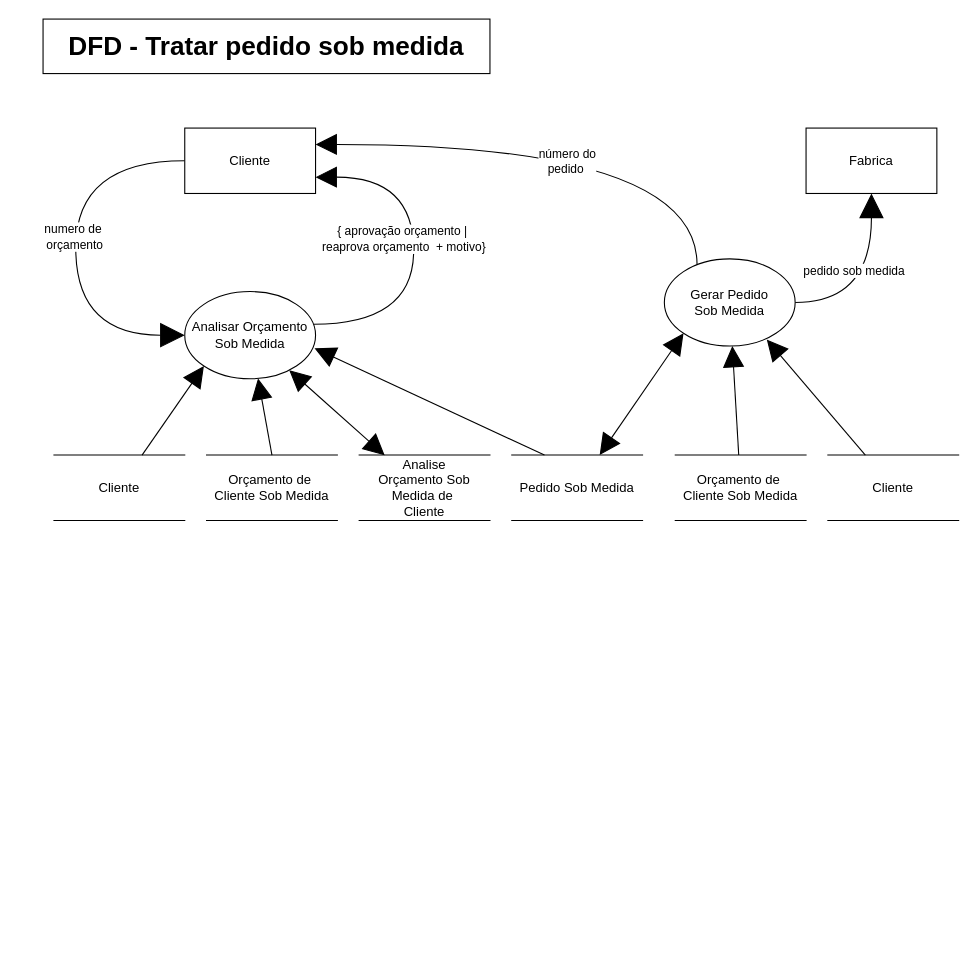
Above: Documentation/Arquivos Editaveis/DFD Tratar pedido sob medida.drawio in Systematicos/FindingApp (draw.io), before the change. Source tidied: cells renumbered, new cells numbered last; positions are measured from the earlier drawing's top-left corner, leaving out a move shared by most shapes. Both pictures are drawn from the tidied source at 109%, with x=0, y=0 at pixel (43, 19).
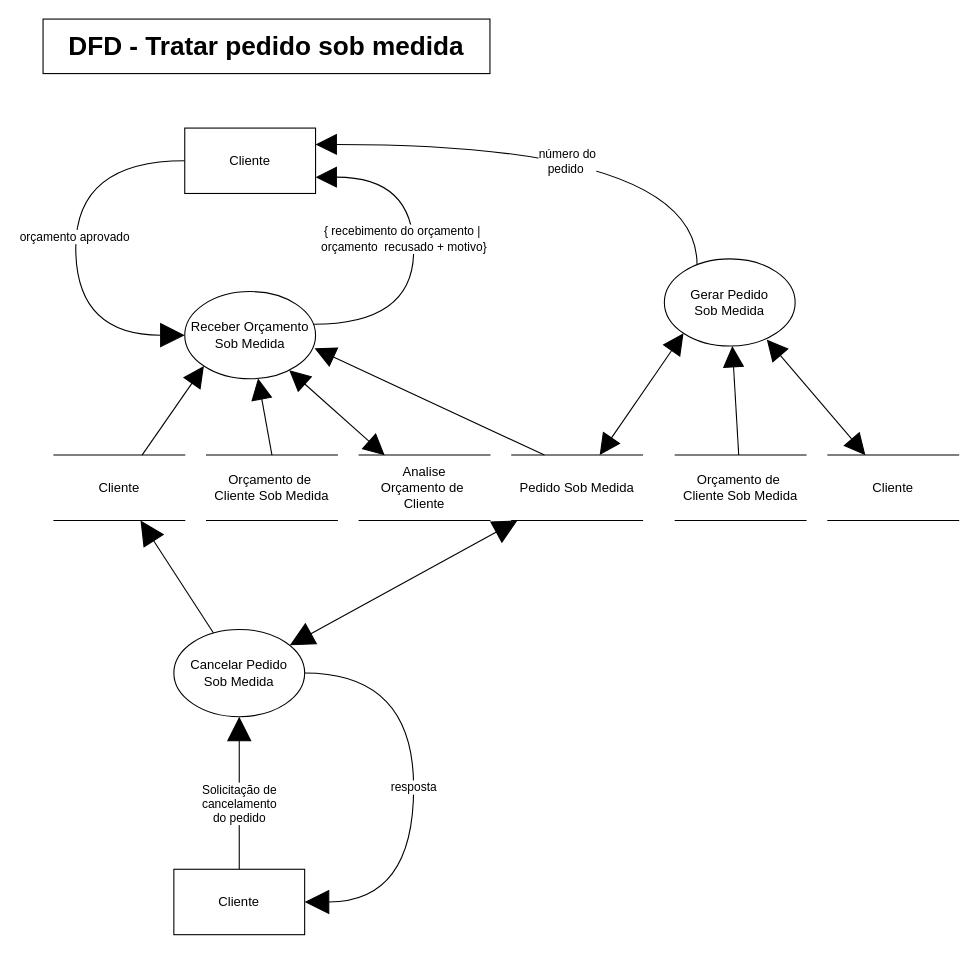
After the change.

Unchanged cells that the change refers to:
```xml
<mxCell id="3" style="edgeStyle=orthogonalEdgeStyle;rounded=0;jettySize=auto;html=1;endSize=20;endArrow=block;endFill=1;startSize=20;entryX=0;entryY=0.5;entryDx=0;entryDy=0;curved=1;exitX=0;exitY=0.5;exitDx=0;exitDy=0;" parent="1" edge="1" source="5" target="13">
  <mxGeometry relative="1" as="geometry">
    <Array as="points">
      <mxPoint x="30" y="130" />
      <mxPoint x="30" y="290" />
    </Array>
  </mxGeometry>
</mxCell>
<mxCell id="7" value="Cliente" style="shape=partialRectangle;whiteSpace=wrap;html=1;left=0;right=0;fillColor=none;" parent="1" vertex="1">
  <mxGeometry x="10" y="400" width="120" height="60" as="geometry" />
</mxCell>
<mxCell id="10" style="edgeStyle=orthogonalEdgeStyle;rounded=0;jettySize=auto;html=1;entryX=1;entryY=0.75;entryDx=0;entryDy=0;startArrow=none;startFill=0;startSize=17;endArrow=block;endFill=1;endSize=17;curved=1;" parent="1" edge="1" source="13" target="5">
  <mxGeometry relative="1" as="geometry">
    <Array as="points">
      <mxPoint x="340" y="280" />
      <mxPoint x="340" y="145" />
    </Array>
  </mxGeometry>
</mxCell>
<mxCell id="19" value="Gerar Pedido&lt;br&gt;Sob Medida" style="ellipse;whiteSpace=wrap;html=1;" parent="1" vertex="1">
  <mxGeometry x="570" y="220" width="120" height="80" as="geometry" />
</mxCell>
<mxCell id="23" value="Cliente" style="shape=partialRectangle;whiteSpace=wrap;html=1;left=0;right=0;fillColor=none;" parent="1" vertex="1">
  <mxGeometry x="720" y="400" width="120" height="60" as="geometry" />
</mxCell>
<mxCell id="26" value="Pedido Sob Medida" style="shape=partialRectangle;whiteSpace=wrap;html=1;left=0;right=0;fillColor=none;" parent="1" vertex="1">
  <mxGeometry x="430" y="400" width="120" height="60" as="geometry" />
</mxCell>
```

Diff of the diagram source:
```diff
@@
-    <mxCell id="4" value="numero de&amp;nbsp;&lt;br&gt;orçamento" style="edgeLabel;html=1;align=center;verticalAlign=middle;" parent="3" vertex="1">
+    <mxCell id="4" value="orçamento aprovado" style="edgeLabel;html=1;align=center;verticalAlign=middle;" parent="3" vertex="1">
       <mxGeometry x="-0.27" y="-2" relative="1" as="geometry">
         <mxPoint y="38" as="offset" />
       </mxGeometry>
     </mxCell>
@@
-    <mxCell id="11" value="{ aprovação orçamento |&amp;nbsp;&lt;br&gt;&amp;nbsp;reaprova orçamento&amp;nbsp; + motivo}&amp;nbsp;" style="edgeLabel;html=1;align=center;verticalAlign=middle;" parent="10" vertex="1">
+    <mxCell id="11" value="{ recebimento do orçamento |&amp;nbsp;&lt;br&gt;&amp;nbsp;orçamento&amp;nbsp; recusado + motivo}&amp;nbsp;" style="edgeLabel;html=1;align=center;verticalAlign=middle;" parent="10" vertex="1">
       <mxGeometry x="-0.4" y="27" relative="1" as="geometry">
         <mxPoint x="17" y="-75.9" as="offset" />
       </mxGeometry>
     </mxCell>
@@
-    <mxCell id="13" value="Analisar Orçamento&lt;br&gt;Sob Medida" style="ellipse;whiteSpace=wrap;html=1;" parent="1" vertex="1">
+    <mxCell id="13" value="Receber Orçamento&lt;br&gt;Sob Medida" style="ellipse;whiteSpace=wrap;html=1;" parent="1" vertex="1">
       <mxGeometry x="130" y="250" width="120" height="80" as="geometry" />
     </mxCell>
-    <mxCell id="14" value="Analise &lt;br&gt;Orçamento Sob Medida de&amp;nbsp;&lt;br&gt;Cliente" style="shape=partialRectangle;whiteSpace=wrap;html=1;left=0;right=0;fillColor=none;" parent="1" vertex="1">
+    <mxCell id="14" value="Analise&lt;br&gt;Orçamento de&amp;nbsp;&lt;br&gt;Cliente" style="shape=partialRectangle;whiteSpace=wrap;html=1;left=0;right=0;fillColor=none;" parent="1" vertex="1">
       <mxGeometry x="290" y="400" width="120" height="60" as="geometry" />
     </mxCell>
@@
-    <mxCell id="17" style="edgeStyle=orthogonalEdgeStyle;rounded=0;jettySize=auto;html=1;entryX=0.5;entryY=1;entryDx=0;entryDy=0;curved=1;endArrow=block;endFill=1;endSize=20;" parent="1" edge="1" source="19" target="27">
-      <mxGeometry relative="1" as="geometry" />
-    </mxCell>
-    <mxCell id="18" value="pedido sob medida" style="edgeLabel;html=1;align=center;verticalAlign=middle;" parent="17" vertex="1">
-      <mxGeometry x="0.08" y="17" relative="1" as="geometry">
-        <mxPoint y="-8" as="offset" />
-      </mxGeometry>
-    </mxCell>
@@
-    <mxCell id="22" style="edgeStyle=none;rounded=0;jettySize=auto;html=1;entryX=0.783;entryY=0.925;entryDx=0;entryDy=0;entryPerimeter=0;startArrow=none;startFill=0;startSize=17;endArrow=block;endFill=1;endSize=17;" parent="1" edge="1" source="23" target="19">
+    <mxCell id="22" style="edgeStyle=none;rounded=0;jettySize=auto;html=1;entryX=0.783;entryY=0.925;entryDx=0;entryDy=0;entryPerimeter=0;startArrow=block;startFill=1;startSize=17;endArrow=block;endFill=1;endSize=17;" parent="1" edge="1" source="23" target="19">
       <mxGeometry relative="1" as="geometry" />
     </mxCell>
@@
-    <mxCell id="27" value="Fabrica" style="rounded=0;whiteSpace=wrap;html=1;" parent="1" vertex="1">
-      <mxGeometry x="700" y="100" width="120" height="60" as="geometry" />
-    </mxCell>
+    <mxCell id="28" value="Solicitação de&lt;br&gt;cancelamento&lt;br&gt;do pedido" style="edgeStyle=none;rounded=0;jettySize=auto;html=1;endArrow=block;endFill=1;startSize=20;endSize=20;" parent="1" edge="1" source="29" target="33">
+      <mxGeometry x="-0.14" relative="1" as="geometry" />
+    </mxCell>
+    <mxCell id="29" value="Cliente" style="rounded=0;whiteSpace=wrap;html=1;" parent="1" vertex="1">
+      <mxGeometry x="120" y="780" width="120" height="60" as="geometry" />
+    </mxCell>
+    <mxCell id="30" value="resposta" style="edgeStyle=orthogonalEdgeStyle;rounded=0;jettySize=auto;html=1;endArrow=block;endFill=1;startSize=20;endSize=20;curved=1;" parent="1" edge="1" source="33" target="29">
+      <mxGeometry relative="1" as="geometry">
+        <Array as="points">
+          <mxPoint x="340" y="600" />
+          <mxPoint x="340" y="810" />
+        </Array>
+      </mxGeometry>
+    </mxCell>
+    <mxCell id="31" style="rounded=0;jettySize=auto;html=1;endSize=20;startSize=20;endArrow=block;endFill=1;" parent="1" edge="1" source="33" target="7">
+      <mxGeometry relative="1" as="geometry" />
+    </mxCell>
+    <mxCell id="32" style="rounded=0;jettySize=auto;html=1;endArrow=block;endFill=1;endSize=20;startSize=20;startArrow=block;startFill=1;" parent="1" edge="1" source="33" target="26">
+      <mxGeometry relative="1" as="geometry" />
+    </mxCell>
+    <mxCell id="33" value="Cancelar Pedido&lt;br&gt;Sob Medida" style="ellipse;whiteSpace=wrap;html=1;" parent="1" vertex="1">
+      <mxGeometry x="120" y="560" width="120" height="80" as="geometry" />
+    </mxCell>
```
